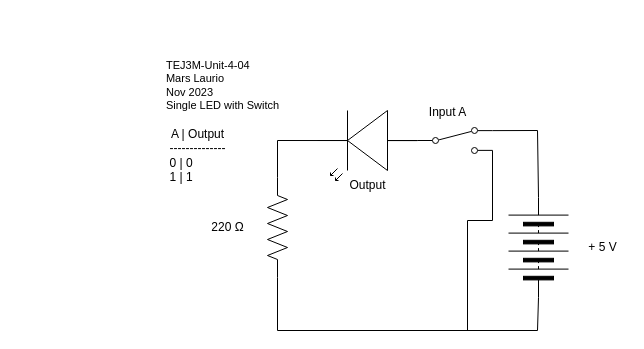
Before: Unit4-05/TEJ3M-Unit-4-05.drawio in Mars-Laurio/TEJ3M-Unit4, a draw.io diagram. Source tidied: cells renumbered, new cells numbered last; positions are measured from the earlier drawing's top-left corner, leaving out a move shared by most shapes. Both pictures are drawn from the tidied source at 100%, with x=0, y=0 at pixel (152, 50).
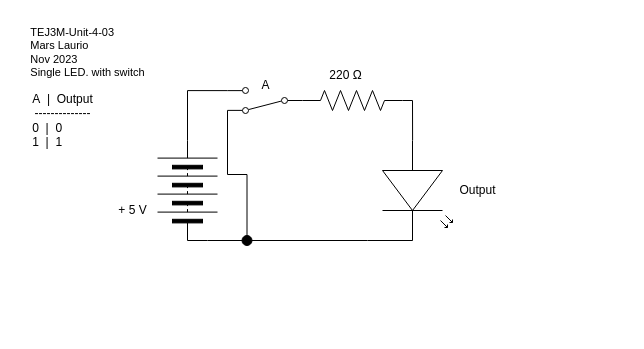
The same diagram, later.

Diff of the diagram source:
```diff
@@
-    <mxCell id="2" style="edgeStyle=none;rounded=0;html=1;exitX=1;exitY=0.5;exitDx=0;exitDy=0;exitPerimeter=0;endArrow=none;endFill=0;entryX=0;entryY=0.57;entryDx=0;entryDy=0;entryPerimeter=0;" parent="1" edge="1" source="4" target="5">
-      <mxGeometry relative="1" as="geometry">
-        <Array as="points">
-          <mxPoint x="125" y="90" />
-        </Array>
-      </mxGeometry>
-    </mxCell>
+    <mxCell id="15" style="edgeStyle=orthogonalEdgeStyle;rounded=0;html=1;exitX=0;exitY=0.5;exitDx=0;exitDy=0;entryX=0;entryY=0.5;entryDx=0;entryDy=0;endArrow=none;endFill=0;" parent="1" edge="1" source="4" target="14">
+      <mxGeometry relative="1" as="geometry">
+        <Array as="points">
+          <mxPoint x="55" y="190" />
+          <mxPoint x="55" y="190" />
+        </Array>
+      </mxGeometry>
+    </mxCell>
+    <mxCell id="4" style="verticalLabelPosition=bottom;shadow=0;dashed=0;align=center;html=1;verticalAlign=top;shape=mxgraph.electrical.miscellaneous.batteryStack;rotation=-90;" parent="1" vertex="1">
+      <mxGeometry x="-15" y="110" width="100" height="60" as="geometry" />
+    </mxCell>
-    <mxCell id="3" style="edgeStyle=none;rounded=0;html=1;exitX=0;exitY=0.5;exitDx=0;exitDy=0;exitPerimeter=0;entryX=0;entryY=0.5;entryDx=0;entryDy=0;endArrow=none;endFill=0;" parent="1" edge="1" source="4" target="6">
+    <mxCell id="3" style="edgeStyle=none;shape=connector;rounded=0;html=1;exitX=1;exitY=0.5;exitDx=0;exitDy=0;exitPerimeter=0;entryX=0;entryY=0.57;entryDx=0;entryDy=0;entryPerimeter=0;labelBackgroundColor=default;strokeColor=default;fontFamily=Helvetica;fontSize=11;fontColor=default;endArrow=none;endFill=0;" parent="1" edge="1" source="5" target="2">
       <mxGeometry relative="1" as="geometry">
         <Array as="points">
-          <mxPoint x="125" y="280" />
-          <mxPoint x="385" y="280" />
+          <mxPoint x="260" y="50" />
         </Array>
       </mxGeometry>
     </mxCell>
-    <mxCell id="4" style="verticalLabelPosition=bottom;shadow=0;dashed=0;align=center;html=1;verticalAlign=top;shape=mxgraph.electrical.resistors.resistor_2;rotation=-90;" parent="1" vertex="1">
-      <mxGeometry x="75" y="167" width="100" height="20" as="geometry" />
-    </mxCell>
-    <mxCell id="5" style="verticalLabelPosition=bottom;shadow=0;dashed=0;align=center;html=1;verticalAlign=top;shape=mxgraph.electrical.opto_electronics.led_2;rotation=-180;" parent="1" vertex="1">
-      <mxGeometry x="165" y="60" width="100" height="70" as="geometry" />
+    <mxCell id="5" style="verticalLabelPosition=bottom;shadow=0;dashed=0;align=center;html=1;verticalAlign=top;shape=mxgraph.electrical.resistors.resistor_2;" parent="1" vertex="1">
+      <mxGeometry x="150" y="40" width="100" height="20" as="geometry" />
     </mxCell>
-    <mxCell id="6" style="verticalLabelPosition=bottom;shadow=0;dashed=0;align=center;html=1;verticalAlign=top;shape=mxgraph.electrical.miscellaneous.batteryStack;rotation=-90;" parent="1" vertex="1">
-      <mxGeometry x="336" y="167" width="100" height="60" as="geometry" />
+    <mxCell id="6" value="+ 5 V" style="text;html=1;align=center;verticalAlign=middle;points=[];strokeColor=none;fillColor=none;" parent="1" vertex="1">
+      <mxGeometry x="-45" y="145" width="50" height="30" as="geometry" />
     </mxCell>
-    <mxCell id="7" style="edgeStyle=none;html=1;exitX=1;exitY=0.12;exitDx=0;exitDy=0;entryX=1;entryY=0.5;entryDx=0;entryDy=0;rounded=0;endArrow=none;endFill=0;" parent="1" edge="1" source="9" target="6">
-      <mxGeometry relative="1" as="geometry">
-        <Array as="points">
-          <mxPoint x="385" y="80" />
-        </Array>
-      </mxGeometry>
-    </mxCell>
-    <mxCell id="8" style="edgeStyle=none;rounded=0;html=1;exitX=1;exitY=0.88;exitDx=0;exitDy=0;endArrow=none;endFill=0;" parent="1" edge="1" source="9">
-      <mxGeometry relative="1" as="geometry">
-        <mxPoint x="315" y="280" as="targetPoint" />
-        <Array as="points">
-          <mxPoint x="340" y="170" />
-          <mxPoint x="315" y="170" />
-        </Array>
-      </mxGeometry>
-    </mxCell>
-    <mxCell id="9" style="shape=mxgraph.electrical.electro-mechanical.twoWaySwitch;elSwitchState=2;" parent="1" vertex="1">
-      <mxGeometry x="265" y="77" width="75" height="26" as="geometry" />
+    <mxCell id="9" value="220&amp;nbsp;Ω" style="text;html=1;align=center;verticalAlign=middle;points=[];strokeColor=none;fillColor=none;" parent="1" vertex="1">
+      <mxGeometry x="163" y="10" width="60" height="30" as="geometry" />
     </mxCell>
+    <mxCell id="2" style="verticalLabelPosition=bottom;shadow=0;dashed=0;align=center;html=1;verticalAlign=top;shape=mxgraph.electrical.opto_electronics.led_2;fontFamily=Helvetica;fontSize=11;fontColor=default;rotation=90;" parent="1" vertex="1">
+      <mxGeometry x="215" y="105" width="100" height="70" as="geometry" />
+    </mxCell>
-    <mxCell id="10" value="+ 5 V" style="text;html=1;align=center;verticalAlign=middle;strokeColor=none;fillColor=none;" parent="1" vertex="1">
-      <mxGeometry x="425" y="182" width="50" height="30" as="geometry" />
+    <mxCell id="10" value="&lt;div style=&quot;text-align: left;&quot;&gt;&lt;span style=&quot;background-color: initial;&quot;&gt;TEJ3M-Unit-4-03&lt;/span&gt;&lt;/div&gt;&lt;div style=&quot;text-align: left;&quot;&gt;&lt;span style=&quot;background-color: initial;&quot;&gt;Mars Laurio&lt;/span&gt;&lt;/div&gt;&lt;div style=&quot;text-align: left;&quot;&gt;&lt;span style=&quot;background-color: initial;&quot;&gt;Nov 2023&lt;/span&gt;&lt;/div&gt;&lt;div style=&quot;text-align: left;&quot;&gt;&lt;span style=&quot;background-color: initial;&quot;&gt;Single LED. with switch&lt;/span&gt;&lt;/div&gt;" style="text;html=1;align=center;verticalAlign=middle;strokeColor=none;fillColor=none;fontSize=11;fontFamily=Helvetica;fontColor=default;" parent="1" vertex="1">
+      <mxGeometry x="-135" y="-33" width="140" height="70" as="geometry" />
     </mxCell>
-    <mxCell id="11" value="Input A" style="text;html=1;align=center;verticalAlign=middle;points=[];strokeColor=none;fillColor=none;" parent="1" vertex="1">
-      <mxGeometry x="265" y="47" width="60" height="30" as="geometry" />
-    </mxCell>
-    <mxCell id="12" value="Output" style="text;html=1;align=center;verticalAlign=middle;strokeColor=none;fillColor=none;" parent="1" vertex="1">
-      <mxGeometry x="185" y="120" width="60" height="30" as="geometry" />
+    <mxCell id="12" style="edgeStyle=none;html=1;exitX=0;exitY=0.5;exitDx=0;exitDy=0;entryX=0;entryY=0.5;entryDx=0;entryDy=0;entryPerimeter=0;rounded=0;endArrow=none;endFill=0;" parent="1" edge="1" source="11" target="5">
+      <mxGeometry relative="1" as="geometry" />
     </mxCell>
-    <mxCell id="13" value="220&amp;nbsp;Ω" style="text;html=1;align=center;verticalAlign=middle;strokeColor=none;fillColor=none;" parent="1" vertex="1">
-      <mxGeometry x="45" y="162" width="60" height="30" as="geometry" />
+    <mxCell id="13" style="edgeStyle=orthogonalEdgeStyle;rounded=0;html=1;exitX=1;exitY=0.88;exitDx=0;exitDy=0;entryX=1;entryY=0.5;entryDx=0;entryDy=0;endArrow=none;endFill=0;" parent="1" edge="1" source="11" target="4">
+      <mxGeometry relative="1" as="geometry" />
     </mxCell>
+    <mxCell id="16" style="edgeStyle=orthogonalEdgeStyle;rounded=0;html=1;exitX=1;exitY=0.12;exitDx=0;exitDy=0;entryX=0.5;entryY=0;entryDx=0;entryDy=0;endArrow=none;endFill=0;" parent="1" edge="1" source="11" target="14">
+      <mxGeometry relative="1" as="geometry">
+        <Array as="points">
+          <mxPoint x="75" y="60" />
+          <mxPoint x="75" y="124" />
+          <mxPoint x="94" y="124" />
+        </Array>
+      </mxGeometry>
+    </mxCell>
+    <mxCell id="11" style="shape=mxgraph.electrical.electro-mechanical.twoWaySwitch;elSwitchState=2;rotation=-180;" parent="1" vertex="1">
+      <mxGeometry x="75" y="37" width="75" height="26" as="geometry" />
+    </mxCell>
+    <mxCell id="17" style="edgeStyle=orthogonalEdgeStyle;rounded=0;html=1;exitX=1;exitY=0.5;exitDx=0;exitDy=0;entryX=1;entryY=0.57;entryDx=0;entryDy=0;entryPerimeter=0;endArrow=none;endFill=0;" parent="1" edge="1" source="14" target="2">
+      <mxGeometry relative="1" as="geometry">
+        <Array as="points">
+          <mxPoint x="215" y="190" />
+          <mxPoint x="215" y="190" />
+        </Array>
+      </mxGeometry>
+    </mxCell>
-    <mxCell id="14" value="&lt;div style=&quot;font-size: 11px; text-align: left;&quot;&gt;&lt;span style=&quot;background-color: initial;&quot;&gt;TEJ3M-Unit-4-04&lt;/span&gt;&lt;/div&gt;&lt;div style=&quot;font-size: 11px; text-align: left;&quot;&gt;&lt;span style=&quot;background-color: initial;&quot;&gt;Mars Laurio&lt;/span&gt;&lt;/div&gt;&lt;div style=&quot;font-size: 11px; text-align: left;&quot;&gt;&lt;span style=&quot;background-color: initial;&quot;&gt;Nov 2023&lt;/span&gt;&lt;/div&gt;&lt;div style=&quot;font-size: 11px; text-align: left;&quot;&gt;&lt;span style=&quot;background-color: initial;&quot;&gt;Single LED with Switch&lt;/span&gt;&lt;/div&gt;" style="text;html=1;align=center;verticalAlign=middle;points=[];strokeColor=none;fillColor=none;" parent="1" vertex="1">
-      <mxGeometry width="140" height="70" as="geometry" />
+    <mxCell id="14" style="ellipse;whiteSpace=wrap;html=1;fillColor=#000000;strokeColor=#000000;" parent="1" vertex="1">
+      <mxGeometry x="89.5" y="185" width="10" height="10" as="geometry" />
     </mxCell>
-    <mxCell id="15" value="A | Output&lt;br&gt;--------------&lt;br&gt;&lt;div style=&quot;text-align: left;&quot;&gt;&lt;span style=&quot;background-color: initial;&quot;&gt;0 | 0&lt;/span&gt;&lt;/div&gt;&lt;div style=&quot;text-align: left;&quot;&gt;&lt;span style=&quot;background-color: initial;&quot;&gt;1 | 1&lt;/span&gt;&lt;/div&gt;" style="text;html=1;align=center;verticalAlign=middle;strokeColor=none;fillColor=none;" parent="1" vertex="1">
-      <mxGeometry x="5" y="70" width="80" height="70" as="geometry" />
-    </mxCell>
+    <mxCell id="18" value="A" style="text;html=1;align=center;verticalAlign=middle;strokeColor=none;fillColor=none;" parent="1" vertex="1">
+      <mxGeometry x="97.5" y="20" width="30" height="30" as="geometry" />
+    </mxCell>
+    <mxCell id="19" value="Output" style="text;html=1;align=center;verticalAlign=middle;strokeColor=none;fillColor=none;" parent="1" vertex="1">
+      <mxGeometry x="295" y="125" width="60" height="30" as="geometry" />
+    </mxCell>
+    <mxCell id="20" value="A&amp;nbsp; |&amp;nbsp; Output&lt;br&gt;--------------&lt;br&gt;&lt;div style=&quot;text-align: left;&quot;&gt;&lt;span style=&quot;background-color: initial;&quot;&gt;0&amp;nbsp; |&amp;nbsp; 0&lt;/span&gt;&lt;/div&gt;&lt;div style=&quot;text-align: left;&quot;&gt;&lt;span style=&quot;background-color: initial;&quot;&gt;1&amp;nbsp; |&amp;nbsp; 1&lt;/span&gt;&lt;/div&gt;" style="text;html=1;align=center;verticalAlign=middle;strokeColor=none;fillColor=none;" parent="1" vertex="1">
+      <mxGeometry x="-135" y="35" width="90" height="70" as="geometry" />
+    </mxCell>
```
